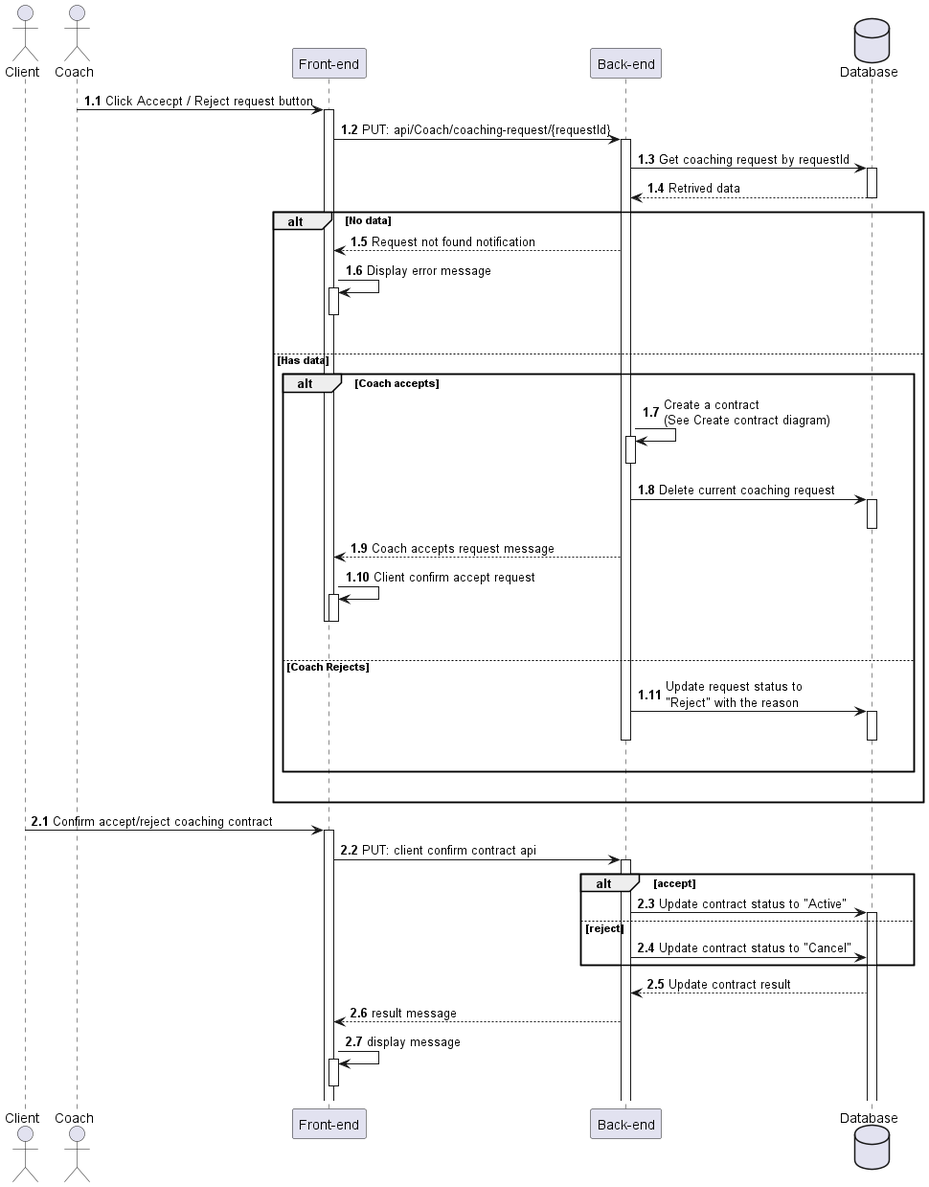
The PlantUML diagram out/Sequences_diagrams/AcceptRejectCoachingReq/AcceptRejectCoachingRequest.png in HTPhong-276/iCoaching-Diagrams, before a commit.
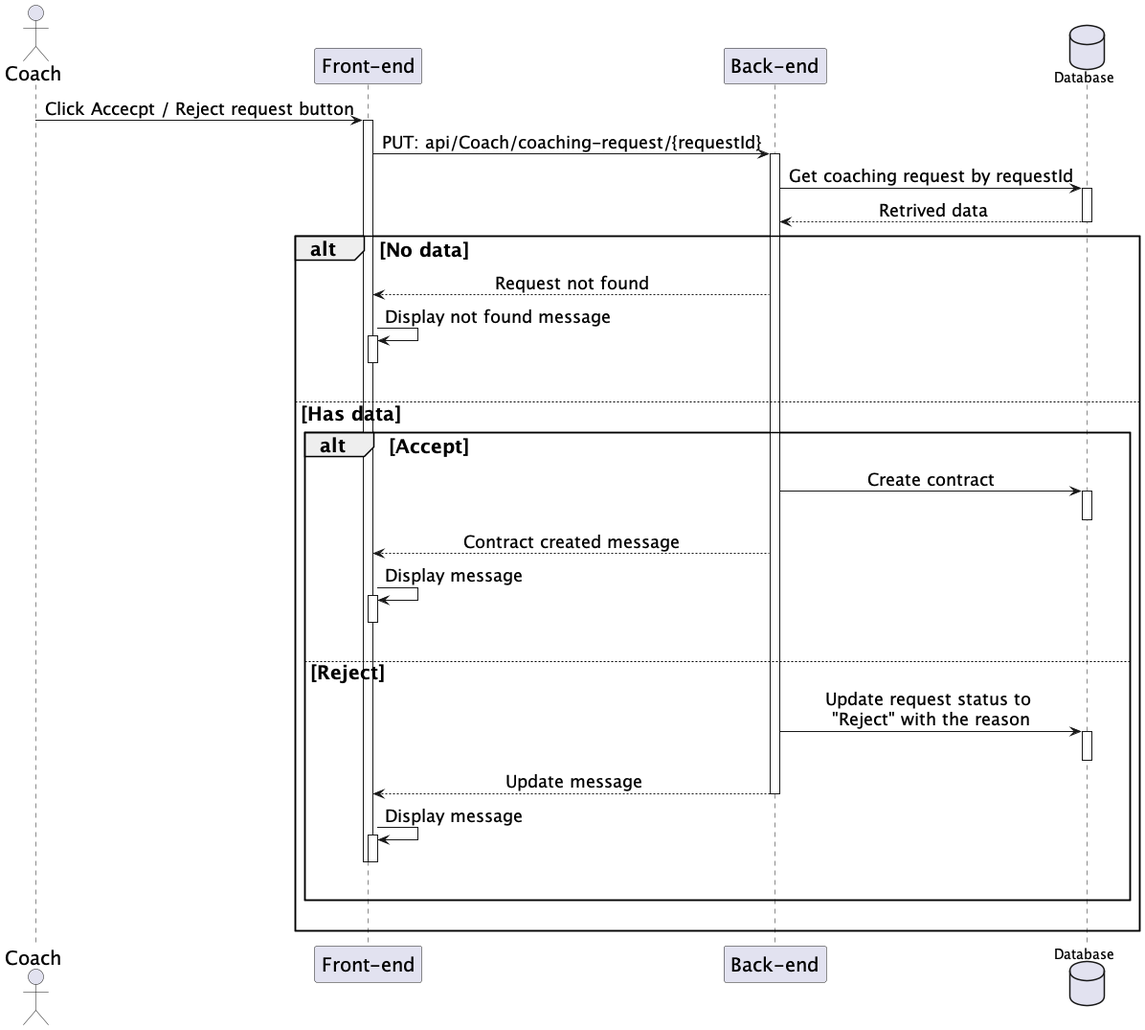
After the commit.

Diff of the diagram source:
```diff
@@ -1,11 +1,17 @@
 @startuml AcceptRejectCoachingRequest
-actor Client as user
+skinparam sequenceMessageAlign center
+skinparam sequenceGroupFontSize 20
+skinparam sequenceGroupHeaderFontSize 20
+skinparam sequence {
+    ParticipantFontSize 20
+    ActorFontSize 20
+    DatabaseFontSize 20
+    ArrowFontSize 18
+}
 actor Coach as coach
 participant "Front-end" as client
 participant "Back-end" as server
 database "Database" as db
-
-autonumber 1.1 "<b>0:"
 
 coach -> client++ : Click Accecpt / Reject request button
 
@@ -15,40 +21,29 @@
 deactivate db
 
 alt No data
-    server --> client : Request not found notification
-    client -> client++ : Display error message
+    server --> client : Request not found
+    client -> client++ : Display not found message
     deactivate client
     |||
 else Has data
-    alt Coach accepts
-        server -> server++ : Create a contract\n(See Create contract diagram)
+    alt Accept
+        server -> db++ : Create contract
+        deactivate db
+        server --> client : Contract created message
+        client -> client++ : Display message
         deactivate
-        server -> db++ : Delete current coaching request
-        deactivate db
-        server --> client : Coach accepts request message
-        client -> client++ : Client confirm accept request
+        |||
+    else Reject
+        server -> db++ : Update request status to \n"Reject" with the reason
         deactivate
-        deactivate client
-        |||
-    else Coach Rejects
-        server -> db++ : Update request status to \n"Reject" with the reason
-        deactivate server
-        deactivate db
+        server --> client: Update message
+        deactivate
+        client -> client++: Display message
+        deactivate
+        deactivate
         |||
     end
     |||
 end
 
-autonumber inc A
-user -> client++ : Confirm accept/reject coaching contract
-client -> server++ : PUT: client confirm contract api
-alt accept
-    server -> db++ : Update contract status to "Active"
-else reject
-    server -> db : Update contract status to "Cancel"
-end
-db --> server : Update contract result
-server --> client : result message
-client -> client++ : display message
-deactivate
 @enduml
```
